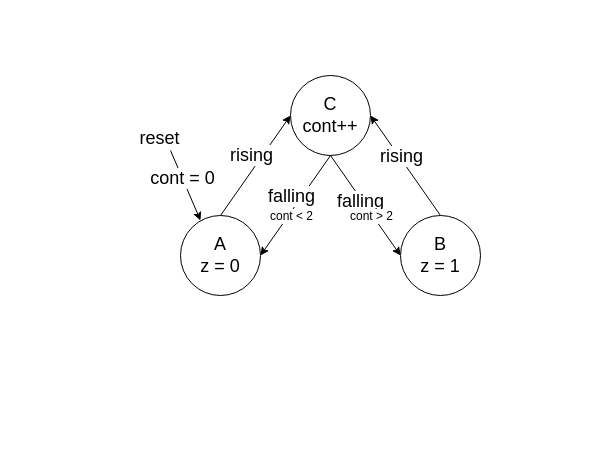
Before: State_Machine/sm_ex3/state_diagram.drawio in felipemohr/DLP, a draw.io diagram. Source tidied: cells renumbered, new cells numbered last; positions are measured from the earlier drawing's top-left corner, leaving out a move shared by most shapes. Both pictures are drawn from the tidied source at 100%, with x=0, y=0 at pixel (150, 75).
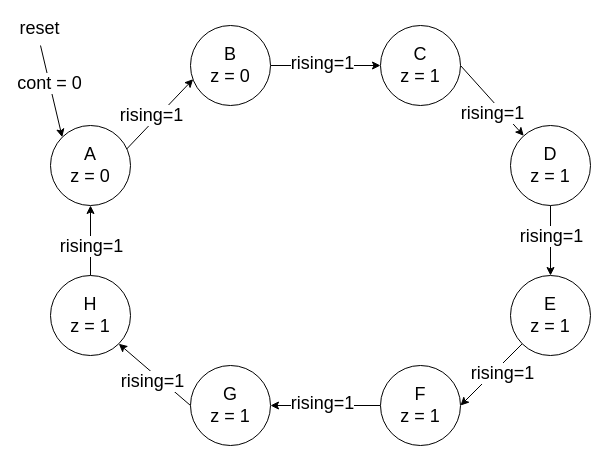
The same diagram, later.

What changed in the source:
```diff
@@
-    <mxCell id="2" style="edgeStyle=none;html=1;entryX=0;entryY=0.5;entryDx=0;entryDy=0;" parent="1" edge="1" target="12">
+    <mxCell id="2" style="edgeStyle=none;html=1;entryX=0.033;entryY=0.671;entryDx=0;entryDy=0;entryPerimeter=0;" parent="1" edge="1" target="17">
       <mxGeometry relative="1" as="geometry">
-        <mxPoint x="70" y="140" as="sourcePoint" />
+        <mxPoint x="-30" y="80" as="sourcePoint" />
       </mxGeometry>
     </mxCell>
-    <mxCell id="3" value="rising" style="edgeLabel;html=1;align=center;verticalAlign=middle;fontSize=18;" parent="2" vertex="1">
+    <mxCell id="3" value="rising=1" style="edgeLabel;html=1;align=center;verticalAlign=middle;fontSize=18;" parent="2" vertex="1">
       <mxGeometry x="-0.34" y="-3" relative="1" as="geometry">
-        <mxPoint x="5" y="-29" as="offset" />
+        <mxPoint x="4" y="-17" as="offset" />
       </mxGeometry>
     </mxCell>
-    <mxCell id="4" style="edgeStyle=none;html=1;exitX=1;exitY=0.5;exitDx=0;exitDy=0;entryX=0.5;entryY=1;entryDx=0;entryDy=0;startArrow=classic;startFill=1;endArrow=none;endFill=0;" parent="1" edge="1" source="5" target="12">
-      <mxGeometry relative="1" as="geometry" />
-    </mxCell>
     <mxCell id="5" value="&lt;font style=&quot;font-size: 18px&quot;&gt;A&lt;br&gt;z = 0&lt;/font&gt;" style="ellipse;whiteSpace=wrap;html=1;" parent="1" vertex="1">
-      <mxGeometry x="30" y="140" width="80" height="80" as="geometry" />
+      <mxGeometry x="-100" y="50" width="80" height="80" as="geometry" />
     </mxCell>
-    <mxCell id="6" style="edgeStyle=none;html=1;exitX=0.5;exitY=0;exitDx=0;exitDy=0;entryX=1;entryY=0.5;entryDx=0;entryDy=0;" parent="1" edge="1" source="7" target="12">
-      <mxGeometry relative="1" as="geometry" />
-    </mxCell>
-    <mxCell id="7" value="&lt;font style=&quot;font-size: 18px&quot;&gt;B&lt;br&gt;z = 1&lt;/font&gt;" style="ellipse;whiteSpace=wrap;html=1;" parent="1" vertex="1">
-      <mxGeometry x="250" y="140" width="80" height="80" as="geometry" />
-    </mxCell>
-    <mxCell id="8" style="endArrow=classic;html=1;fontSize=18;" parent="1" edge="1">
+    <mxCell id="8" style="endArrow=classic;html=1;fontSize=18;entryX=0;entryY=0;entryDx=0;entryDy=0;" parent="1" edge="1" target="5">
       <mxGeometry relative="1" as="geometry">
-        <mxPoint x="20" y="75" as="sourcePoint" />
-        <mxPoint x="50" y="145" as="targetPoint" />
+        <mxPoint x="-110" y="-30" as="sourcePoint" />
       </mxGeometry>
     </mxCell>
@@
     <mxCell id="10" value="reset" style="edgeLabel;html=1;align=center;verticalAlign=middle;fontSize=18;" parent="1" vertex="1">
-      <mxGeometry y="70" as="geometry">
+      <mxGeometry x="-120" y="-40" as="geometry">
         <mxPoint x="8" y="-8" as="offset" />
       </mxGeometry>
     </mxCell>
-    <mxCell id="11" value="rising" style="edgeLabel;html=1;align=center;verticalAlign=middle;fontSize=18;" parent="1" vertex="1">
-      <mxGeometry x="250" y="80" as="geometry" />
-    </mxCell>
-    <mxCell id="12" value="&lt;font style=&quot;font-size: 18px&quot;&gt;C&lt;br&gt;cont++&lt;br&gt;&lt;/font&gt;" style="ellipse;whiteSpace=wrap;html=1;" parent="1" vertex="1">
-      <mxGeometry x="140" width="80" height="80" as="geometry" />
-    </mxCell>
-    <mxCell id="13" style="edgeStyle=none;html=1;exitX=0;exitY=0.5;exitDx=0;exitDy=0;entryX=0.5;entryY=1;entryDx=0;entryDy=0;startArrow=classic;startFill=1;endArrow=none;endFill=0;" parent="1" edge="1" source="7" target="12">
-      <mxGeometry relative="1" as="geometry" />
-    </mxCell>
-    <mxCell id="14" value="falling" style="edgeLabel;html=1;align=center;verticalAlign=middle;fontSize=18;" parent="1" vertex="1">
-      <mxGeometry x="140" y="120" as="geometry" />
-    </mxCell>
-    <mxCell id="15" value="falling" style="edgeLabel;html=1;align=center;verticalAlign=middle;fontSize=18;" parent="1" vertex="1">
-      <mxGeometry x="205" y="130" as="geometry">
-        <mxPoint x="4" y="-5" as="offset" />
-      </mxGeometry>
-    </mxCell>
-    <mxCell id="16" value="cont &amp;lt; 2" style="edgeLabel;html=1;align=center;verticalAlign=middle;fontSize=12;" parent="1" vertex="1">
-      <mxGeometry x="140" y="140" as="geometry" />
-    </mxCell>
+    <mxCell id="18" style="edgeStyle=none;html=1;exitX=1;exitY=0.5;exitDx=0;exitDy=0;entryX=0;entryY=0.5;entryDx=0;entryDy=0;" parent="1" edge="1" source="17" target="20">
+      <mxGeometry relative="1" as="geometry" />
+    </mxCell>
-    <mxCell id="17" value="cont &amp;gt; 2" style="edgeLabel;html=1;align=center;verticalAlign=middle;points=[];fontSize=12;" parent="1" vertex="1">
-      <mxGeometry x="220" y="140" as="geometry" />
+    <mxCell id="17" value="&lt;font style=&quot;font-size: 18px&quot;&gt;B&lt;br&gt;z = 0&lt;/font&gt;" style="ellipse;whiteSpace=wrap;html=1;" parent="1" vertex="1">
+      <mxGeometry x="40" y="-50" width="80" height="80" as="geometry" />
     </mxCell>
+    <mxCell id="19" style="edgeStyle=none;html=1;exitX=1;exitY=0.5;exitDx=0;exitDy=0;" parent="1" edge="1" source="20" target="23">
+      <mxGeometry relative="1" as="geometry" />
+    </mxCell>
+    <mxCell id="20" value="&lt;font style=&quot;font-size: 18px&quot;&gt;C&lt;br&gt;z = 1&lt;/font&gt;" style="ellipse;whiteSpace=wrap;html=1;" parent="1" vertex="1">
+      <mxGeometry x="230" y="-50" width="80" height="80" as="geometry" />
+    </mxCell>
+    <mxCell id="21" value="rising=1" style="edgeLabel;html=1;align=center;verticalAlign=middle;fontSize=18;" parent="1" vertex="1">
+      <mxGeometry x="170" y="-10" as="geometry">
+        <mxPoint x="1" y="-3" as="offset" />
+      </mxGeometry>
+    </mxCell>
+    <mxCell id="22" style="edgeStyle=none;html=1;exitX=0.5;exitY=1;exitDx=0;exitDy=0;entryX=0.5;entryY=0;entryDx=0;entryDy=0;startArrow=none;startFill=0;endArrow=classic;endFill=1;" parent="1" edge="1" source="23" target="34">
+      <mxGeometry relative="1" as="geometry" />
+    </mxCell>
+    <mxCell id="23" value="&lt;font style=&quot;font-size: 18px&quot;&gt;D&lt;br&gt;z = 1&lt;/font&gt;" style="ellipse;whiteSpace=wrap;html=1;" parent="1" vertex="1">
+      <mxGeometry x="360" y="50" width="80" height="80" as="geometry" />
+    </mxCell>
+    <mxCell id="24" value="rising=1" style="edgeLabel;html=1;align=center;verticalAlign=middle;fontSize=18;" parent="1" vertex="1">
+      <mxGeometry x="340" y="40" as="geometry">
+        <mxPoint x="1" y="-3" as="offset" />
+      </mxGeometry>
+    </mxCell>
+    <mxCell id="25" style="edgeStyle=none;html=1;entryX=0;entryY=0.5;entryDx=0;entryDy=0;endArrow=none;endFill=0;startArrow=classic;startFill=1;exitX=1;exitY=1;exitDx=0;exitDy=0;" parent="1" edge="1" source="28" target="30">
+      <mxGeometry relative="1" as="geometry" />
+    </mxCell>
+    <mxCell id="26" value="rising=1" style="edgeLabel;html=1;align=center;verticalAlign=middle;fontSize=18;" parent="25" vertex="1">
+      <mxGeometry x="-0.34" y="-3" relative="1" as="geometry">
+        <mxPoint x="12" y="15" as="offset" />
+      </mxGeometry>
+    </mxCell>
+    <mxCell id="27" style="edgeStyle=none;html=1;exitX=0.5;exitY=0;exitDx=0;exitDy=0;entryX=0.5;entryY=1;entryDx=0;entryDy=0;startArrow=none;startFill=0;endArrow=classic;endFill=1;" parent="1" edge="1" source="28" target="5">
+      <mxGeometry relative="1" as="geometry" />
+    </mxCell>
+    <mxCell id="28" value="&lt;font style=&quot;font-size: 18px&quot;&gt;H&lt;br&gt;z = 1&lt;/font&gt;" style="ellipse;whiteSpace=wrap;html=1;" parent="1" vertex="1">
+      <mxGeometry x="-100" y="200" width="80" height="80" as="geometry" />
+    </mxCell>
+    <mxCell id="29" style="edgeStyle=none;html=1;exitX=1;exitY=0.5;exitDx=0;exitDy=0;entryX=0;entryY=0.5;entryDx=0;entryDy=0;endArrow=none;endFill=0;startArrow=classic;startFill=1;" parent="1" edge="1" source="30" target="32">
+      <mxGeometry relative="1" as="geometry" />
+    </mxCell>
+    <mxCell id="30" value="&lt;font style=&quot;font-size: 18px&quot;&gt;G&lt;br&gt;z = 1&lt;/font&gt;" style="ellipse;whiteSpace=wrap;html=1;" parent="1" vertex="1">
+      <mxGeometry x="40" y="290" width="80" height="80" as="geometry" />
+    </mxCell>
+    <mxCell id="31" style="edgeStyle=none;html=1;exitX=1;exitY=0.5;exitDx=0;exitDy=0;endArrow=none;endFill=0;startArrow=classic;startFill=1;" parent="1" edge="1" source="32" target="34">
+      <mxGeometry relative="1" as="geometry" />
+    </mxCell>
+    <mxCell id="32" value="&lt;font style=&quot;font-size: 18px&quot;&gt;F&lt;br&gt;z = 1&lt;/font&gt;" style="ellipse;whiteSpace=wrap;html=1;" parent="1" vertex="1">
+      <mxGeometry x="230" y="290" width="80" height="80" as="geometry" />
+    </mxCell>
+    <mxCell id="33" value="rising=1" style="edgeLabel;html=1;align=center;verticalAlign=middle;fontSize=18;" parent="1" vertex="1">
+      <mxGeometry x="170" y="330" as="geometry">
+        <mxPoint x="1" y="-3" as="offset" />
+      </mxGeometry>
+    </mxCell>
+    <mxCell id="34" value="&lt;font style=&quot;font-size: 18px&quot;&gt;E&lt;br&gt;z = 1&lt;/font&gt;" style="ellipse;whiteSpace=wrap;html=1;" parent="1" vertex="1">
+      <mxGeometry x="360" y="200" width="80" height="80" as="geometry" />
+    </mxCell>
+    <mxCell id="35" value="rising=1" style="edgeLabel;html=1;align=center;verticalAlign=middle;fontSize=18;" parent="1" vertex="1">
+      <mxGeometry x="350" y="300" as="geometry">
+        <mxPoint x="1" y="-3" as="offset" />
+      </mxGeometry>
+    </mxCell>
+    <mxCell id="36" value="rising=1" style="edgeLabel;html=1;align=center;verticalAlign=middle;fontSize=18;" parent="1" vertex="1">
+      <mxGeometry x="-60" y="170" as="geometry" />
+    </mxCell>
+    <mxCell id="37" value="rising=1" style="edgeLabel;html=1;align=center;verticalAlign=middle;fontSize=18;" parent="1" vertex="1">
+      <mxGeometry x="400" y="160" as="geometry" />
+    </mxCell>
```
